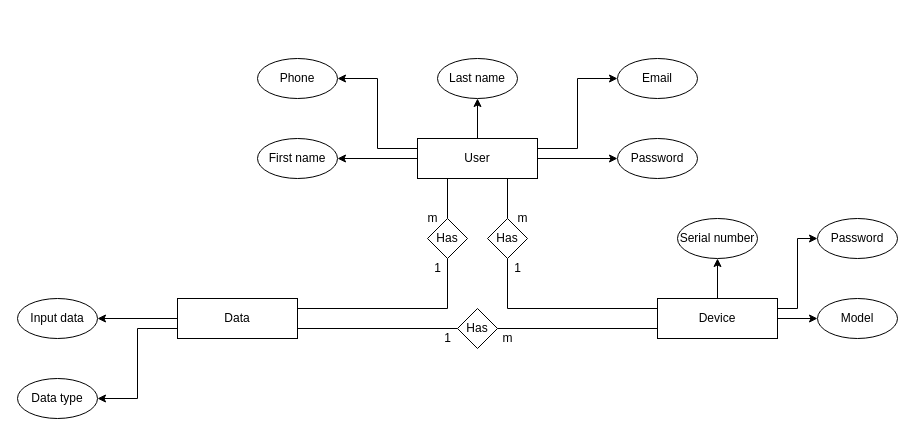
Earlier version of the draw.io diagram Azure MySQL/ConceptualER.drawio (TwoBar/waase_Group2). Source tidied: cells renumbered, new cells numbered last; positions are measured from the earlier drawing's top-left corner, leaving out a move shared by most shapes. Both pictures are drawn from the tidied source at 100%, with x=0, y=0 at pixel (17, 58).
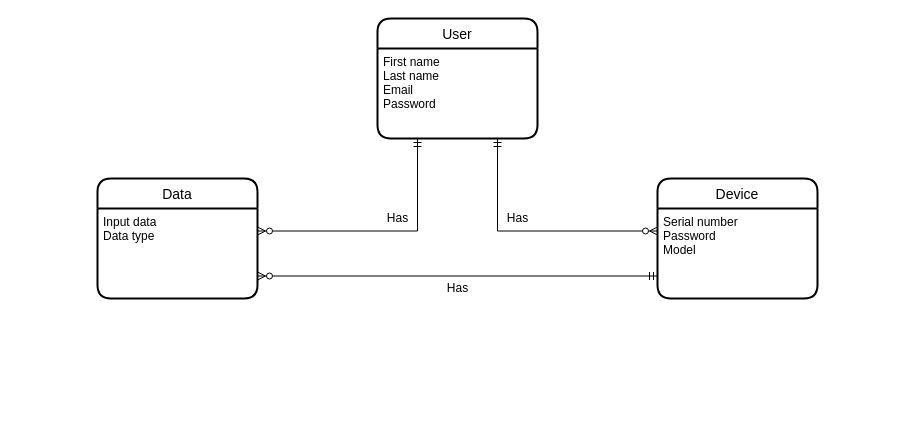
After the change.

Change to the diagram source:
```diff
@@
-    <mxCell id="2" style="edgeStyle=orthogonalEdgeStyle;rounded=0;jettySize=auto;html=1;exitX=0;exitY=0.5;exitDx=0;exitDy=0;" parent="1" edge="1" source="9" target="11">
-      <mxGeometry relative="1" as="geometry" />
-    </mxCell>
-    <mxCell id="3" style="edgeStyle=orthogonalEdgeStyle;rounded=0;jettySize=auto;html=1;exitX=0;exitY=0.25;exitDx=0;exitDy=0;entryX=1;entryY=0.5;entryDx=0;entryDy=0;" parent="1" edge="1" source="9" target="10">
-      <mxGeometry relative="1" as="geometry" />
-    </mxCell>
-    <mxCell id="4" style="edgeStyle=orthogonalEdgeStyle;rounded=0;jettySize=auto;html=1;exitX=0.5;exitY=0;exitDx=0;exitDy=0;entryX=0.5;entryY=1;entryDx=0;entryDy=0;" parent="1" edge="1" source="9" target="12">
-      <mxGeometry relative="1" as="geometry" />
-    </mxCell>
-    <mxCell id="5" style="edgeStyle=orthogonalEdgeStyle;rounded=0;jettySize=auto;html=1;exitX=1;exitY=0.25;exitDx=0;exitDy=0;entryX=0;entryY=0.5;entryDx=0;entryDy=0;" parent="1" edge="1" source="9" target="13">
-      <mxGeometry relative="1" as="geometry" />
-    </mxCell>
-    <mxCell id="6" style="edgeStyle=orthogonalEdgeStyle;rounded=0;jettySize=auto;html=1;exitX=1;exitY=0.5;exitDx=0;exitDy=0;entryX=0;entryY=0.5;entryDx=0;entryDy=0;" parent="1" edge="1" source="9" target="14">
-      <mxGeometry relative="1" as="geometry" />
-    </mxCell>
-    <mxCell id="7" style="edgeStyle=orthogonalEdgeStyle;rounded=0;jettySize=auto;html=1;exitX=0.75;exitY=1;exitDx=0;exitDy=0;endArrow=none;endFill=0;" parent="1" edge="1" source="9" target="16">
-      <mxGeometry relative="1" as="geometry" />
-    </mxCell>
-    <mxCell id="8" style="edgeStyle=orthogonalEdgeStyle;rounded=0;jettySize=auto;html=1;exitX=0.25;exitY=1;exitDx=0;exitDy=0;entryX=0.5;entryY=0;entryDx=0;entryDy=0;endArrow=none;endFill=0;" parent="1" edge="1" source="9" target="34">
-      <mxGeometry relative="1" as="geometry" />
-    </mxCell>
-    <mxCell id="9" value="User" style="rounded=0;whiteSpace=wrap;html=1;" parent="1" vertex="1">
-      <mxGeometry x="400" y="80" width="120" height="40" as="geometry" />
+    <mxCell id="9" value="User" style="swimlane;horizontal=1;startSize=30;rounded=1;fontSize=14;fontStyle=0;strokeWidth=2;shadow=0;dashed=0;align=center;" parent="1" vertex="1">
+      <mxGeometry x="360" y="-40" width="160" height="120" as="geometry" />
     </mxCell>
-    <mxCell id="10" value="Phone" style="ellipse;whiteSpace=wrap;html=1;" parent="1" vertex="1">
-      <mxGeometry x="240" width="80" height="40" as="geometry" />
-    </mxCell>
-    <mxCell id="11" value="First name" style="ellipse;whiteSpace=wrap;html=1;" parent="1" vertex="1">
-      <mxGeometry x="240" y="80" width="80" height="40" as="geometry" />
-    </mxCell>
-    <mxCell id="12" value="Last name" style="ellipse;whiteSpace=wrap;html=1;" parent="1" vertex="1">
-      <mxGeometry x="420" width="80" height="40" as="geometry" />
-    </mxCell>
-    <mxCell id="13" value="Email" style="ellipse;whiteSpace=wrap;html=1;" parent="1" vertex="1">
-      <mxGeometry x="600" width="80" height="40" as="geometry" />
-    </mxCell>
-    <mxCell id="14" value="Password" style="ellipse;whiteSpace=wrap;html=1;" parent="1" vertex="1">
-      <mxGeometry x="600" y="80" width="80" height="40" as="geometry" />
-    </mxCell>
-    <mxCell id="15" style="edgeStyle=orthogonalEdgeStyle;rounded=0;jettySize=auto;html=1;exitX=0.5;exitY=1;exitDx=0;exitDy=0;entryX=0;entryY=0.25;entryDx=0;entryDy=0;endArrow=none;endFill=0;" parent="1" edge="1" source="16" target="21">
-      <mxGeometry relative="1" as="geometry" />
-    </mxCell>
-    <mxCell id="16" value="Has" style="rhombus;whiteSpace=wrap;html=1;" parent="1" vertex="1">
-      <mxGeometry x="470" y="160" width="40" height="40" as="geometry" />
-    </mxCell>
-    <mxCell id="17" style="edgeStyle=orthogonalEdgeStyle;rounded=0;jettySize=auto;html=1;exitX=0.5;exitY=0;exitDx=0;exitDy=0;entryX=0.5;entryY=1;entryDx=0;entryDy=0;" parent="1" edge="1" source="21" target="22">
-      <mxGeometry relative="1" as="geometry" />
-    </mxCell>
-    <mxCell id="18" style="edgeStyle=orthogonalEdgeStyle;rounded=0;jettySize=auto;html=1;exitX=1;exitY=0.25;exitDx=0;exitDy=0;entryX=0;entryY=0.5;entryDx=0;entryDy=0;" parent="1" edge="1" source="21" target="23">
-      <mxGeometry relative="1" as="geometry" />
-    </mxCell>
-    <mxCell id="19" style="edgeStyle=orthogonalEdgeStyle;rounded=0;jettySize=auto;html=1;exitX=1;exitY=0.5;exitDx=0;exitDy=0;entryX=0;entryY=0.5;entryDx=0;entryDy=0;" parent="1" edge="1" source="21" target="24">
-      <mxGeometry relative="1" as="geometry" />
-    </mxCell>
-    <mxCell id="20" style="edgeStyle=orthogonalEdgeStyle;rounded=0;jettySize=auto;html=1;exitX=0;exitY=0.75;exitDx=0;exitDy=0;endArrow=none;endFill=0;" parent="1" edge="1" source="21" target="35">
-      <mxGeometry relative="1" as="geometry" />
-    </mxCell>
+    <mxCell id="40" value="First name&#10;Last name&#10;Email&#10;Password" style="align=left;strokeColor=none;fillColor=none;spacingLeft=4;fontSize=12;verticalAlign=top;" parent="9" vertex="1">
+      <mxGeometry y="30" width="160" height="90" as="geometry" />
+    </mxCell>
-    <mxCell id="21" value="Device" style="rounded=0;whiteSpace=wrap;html=1;" parent="1" vertex="1">
-      <mxGeometry x="640" y="240" width="120" height="40" as="geometry" />
+    <mxCell id="21" value="Device" style="swimlane;horizontal=1;startSize=30;rounded=1;fontSize=14;fontStyle=0;strokeWidth=2;shadow=0;dashed=0;align=center;" parent="1" vertex="1">
+      <mxGeometry x="640" y="120" width="160" height="120" as="geometry" />
     </mxCell>
-    <mxCell id="22" value="Serial number" style="ellipse;whiteSpace=wrap;html=1;" parent="1" vertex="1">
-      <mxGeometry x="660" y="160" width="80" height="40" as="geometry" />
-    </mxCell>
-    <mxCell id="23" value="Password" style="ellipse;whiteSpace=wrap;html=1;" parent="1" vertex="1">
-      <mxGeometry x="800" y="160" width="80" height="40" as="geometry" />
-    </mxCell>
-    <mxCell id="24" value="Model" style="ellipse;whiteSpace=wrap;html=1;" parent="1" vertex="1">
-      <mxGeometry x="800" y="240" width="80" height="40" as="geometry" />
-    </mxCell>
-    <mxCell id="25" value="m" style="text;html=1;align=center;verticalAlign=middle;strokeColor=none;fillColor=none;" parent="1" vertex="1">
-      <mxGeometry x="490" y="150" width="30" height="20" as="geometry" />
-    </mxCell>
-    <mxCell id="26" value="1" style="text;html=1;align=center;verticalAlign=middle;strokeColor=none;fillColor=none;" parent="1" vertex="1">
-      <mxGeometry x="490" y="200" width="20" height="20" as="geometry" />
-    </mxCell>
-    <mxCell id="27" style="edgeStyle=orthogonalEdgeStyle;rounded=0;jettySize=auto;html=1;exitX=0;exitY=0.5;exitDx=0;exitDy=0;entryX=1;entryY=0.5;entryDx=0;entryDy=0;" parent="1" edge="1" source="30" target="31">
-      <mxGeometry relative="1" as="geometry" />
-    </mxCell>
-    <mxCell id="28" style="edgeStyle=orthogonalEdgeStyle;rounded=0;jettySize=auto;html=1;exitX=0;exitY=0.75;exitDx=0;exitDy=0;entryX=1;entryY=0.5;entryDx=0;entryDy=0;" parent="1" edge="1" source="30" target="32">
-      <mxGeometry relative="1" as="geometry" />
-    </mxCell>
-    <mxCell id="29" style="edgeStyle=orthogonalEdgeStyle;rounded=0;jettySize=auto;html=1;exitX=1;exitY=0.75;exitDx=0;exitDy=0;entryX=0;entryY=0.5;entryDx=0;entryDy=0;endArrow=none;endFill=0;" parent="1" edge="1" source="30" target="35">
-      <mxGeometry relative="1" as="geometry" />
-    </mxCell>
+    <mxCell id="41" value="Serial number&#10;Password&#10;Model" style="align=left;strokeColor=none;fillColor=none;spacingLeft=4;fontSize=12;verticalAlign=top;" parent="21" vertex="1">
+      <mxGeometry y="30" width="160" height="90" as="geometry" />
+    </mxCell>
-    <mxCell id="30" value="Data" style="rounded=0;whiteSpace=wrap;html=1;" parent="1" vertex="1">
-      <mxGeometry x="160" y="240" width="120" height="40" as="geometry" />
+    <mxCell id="30" value="Data" style="swimlane;horizontal=1;startSize=30;rounded=1;fontSize=14;fontStyle=0;strokeWidth=2;shadow=0;dashed=0;align=center;" parent="1" vertex="1">
+      <mxGeometry x="80" y="120" width="160" height="120" as="geometry" />
     </mxCell>
-    <mxCell id="31" value="Input data" style="ellipse;whiteSpace=wrap;html=1;" parent="1" vertex="1">
-      <mxGeometry y="240" width="80" height="40" as="geometry" />
-    </mxCell>
-    <mxCell id="32" value="Data type" style="ellipse;whiteSpace=wrap;html=1;" parent="1" vertex="1">
-      <mxGeometry y="320" width="80" height="40" as="geometry" />
-    </mxCell>
-    <mxCell id="33" style="edgeStyle=orthogonalEdgeStyle;rounded=0;jettySize=auto;html=1;exitX=0.5;exitY=1;exitDx=0;exitDy=0;entryX=1;entryY=0.25;entryDx=0;entryDy=0;endArrow=none;endFill=0;" parent="1" edge="1" source="34" target="30">
-      <mxGeometry relative="1" as="geometry" />
-    </mxCell>
-    <mxCell id="34" value="Has" style="rhombus;whiteSpace=wrap;html=1;" parent="1" vertex="1">
-      <mxGeometry x="410" y="160" width="40" height="40" as="geometry" />
-    </mxCell>
-    <mxCell id="35" value="Has" style="rhombus;whiteSpace=wrap;html=1;" parent="1" vertex="1">
-      <mxGeometry x="440" y="250" width="40" height="40" as="geometry" />
-    </mxCell>
-    <mxCell id="36" value="1" style="text;html=1;align=center;verticalAlign=middle;strokeColor=none;fillColor=none;" parent="1" vertex="1">
-      <mxGeometry x="410" y="200" width="20" height="20" as="geometry" />
-    </mxCell>
-    <mxCell id="37" value="1" style="text;html=1;align=center;verticalAlign=middle;strokeColor=none;fillColor=none;" parent="1" vertex="1">
-      <mxGeometry x="420" y="270" width="20" height="20" as="geometry" />
-    </mxCell>
-    <mxCell id="38" value="m" style="text;html=1;align=center;verticalAlign=middle;strokeColor=none;fillColor=none;" parent="1" vertex="1">
-      <mxGeometry x="400" y="150" width="30" height="20" as="geometry" />
-    </mxCell>
-    <mxCell id="39" value="m" style="text;html=1;align=center;verticalAlign=middle;strokeColor=none;fillColor=none;" parent="1" vertex="1">
-      <mxGeometry x="475" y="270" width="30" height="20" as="geometry" />
-    </mxCell>
+    <mxCell id="42" value="Input data&#10;Data type" style="align=left;strokeColor=none;fillColor=none;spacingLeft=4;fontSize=12;verticalAlign=top;" parent="30" vertex="1">
+      <mxGeometry y="30" width="160" height="90" as="geometry" />
+    </mxCell>
+    <mxCell id="43" style="edgeStyle=orthogonalEdgeStyle;rounded=0;jettySize=auto;html=1;exitX=0.25;exitY=1;exitDx=0;exitDy=0;entryX=1;entryY=0.25;entryDx=0;entryDy=0;endArrow=ERzeroToMany;endFill=0;startArrow=ERmandOne;startFill=0;" parent="1" edge="1" source="40" target="42">
+      <mxGeometry relative="1" as="geometry" />
+    </mxCell>
+    <mxCell id="44" style="edgeStyle=orthogonalEdgeStyle;rounded=0;jettySize=auto;html=1;exitX=0.75;exitY=1;exitDx=0;exitDy=0;entryX=0;entryY=0.25;entryDx=0;entryDy=0;startArrow=ERmandOne;startFill=0;endArrow=ERzeroToMany;endFill=0;" parent="1" edge="1" source="40" target="41">
+      <mxGeometry relative="1" as="geometry" />
+    </mxCell>
+    <mxCell id="45" style="edgeStyle=orthogonalEdgeStyle;rounded=0;jettySize=auto;html=1;exitX=0;exitY=0.75;exitDx=0;exitDy=0;entryX=1;entryY=0.75;entryDx=0;entryDy=0;startArrow=ERmandOne;startFill=0;endArrow=ERzeroToMany;endFill=0;" parent="1" edge="1" source="41" target="42">
+      <mxGeometry relative="1" as="geometry" />
+    </mxCell>
+    <mxCell id="46" value="Has" style="text;html=1;align=center;verticalAlign=middle;strokeColor=none;fillColor=none;" parent="1" vertex="1">
+      <mxGeometry x="360" y="150" width="40" height="20" as="geometry" />
+    </mxCell>
+    <mxCell id="47" value="Has" style="text;html=1;align=center;verticalAlign=middle;strokeColor=none;fillColor=none;" parent="1" vertex="1">
+      <mxGeometry x="480" y="150" width="40" height="20" as="geometry" />
+    </mxCell>
+    <mxCell id="48" value="Has" style="text;html=1;align=center;verticalAlign=middle;strokeColor=none;fillColor=none;" parent="1" vertex="1">
+      <mxGeometry x="420" y="220" width="40" height="20" as="geometry" />
+    </mxCell>
```
